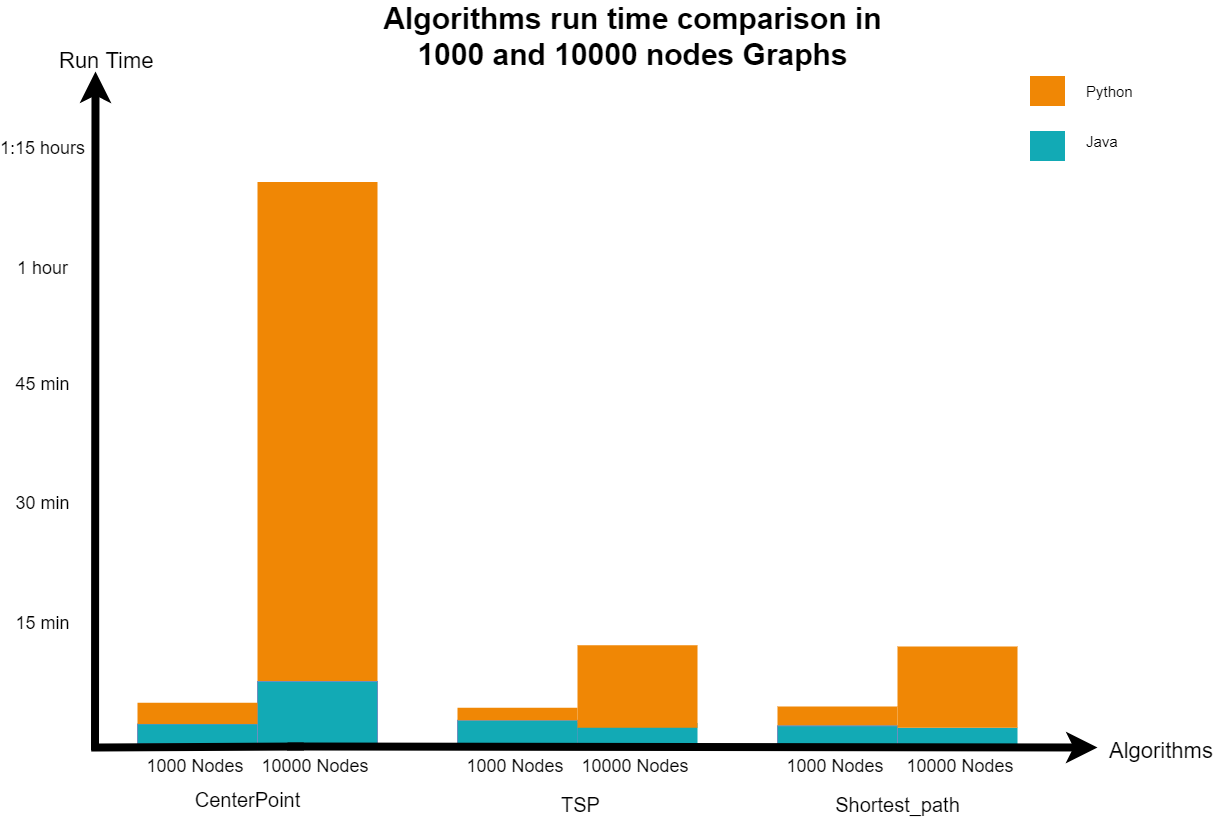
Above: Copy of Ex3_oop-image.png in omeradar10/mavo-project (draw.io), before the change. Source tidied: cells renumbered, new cells last; positions are measured from the earlier drawing's top-left corner, leaving out a move shared by most shapes.
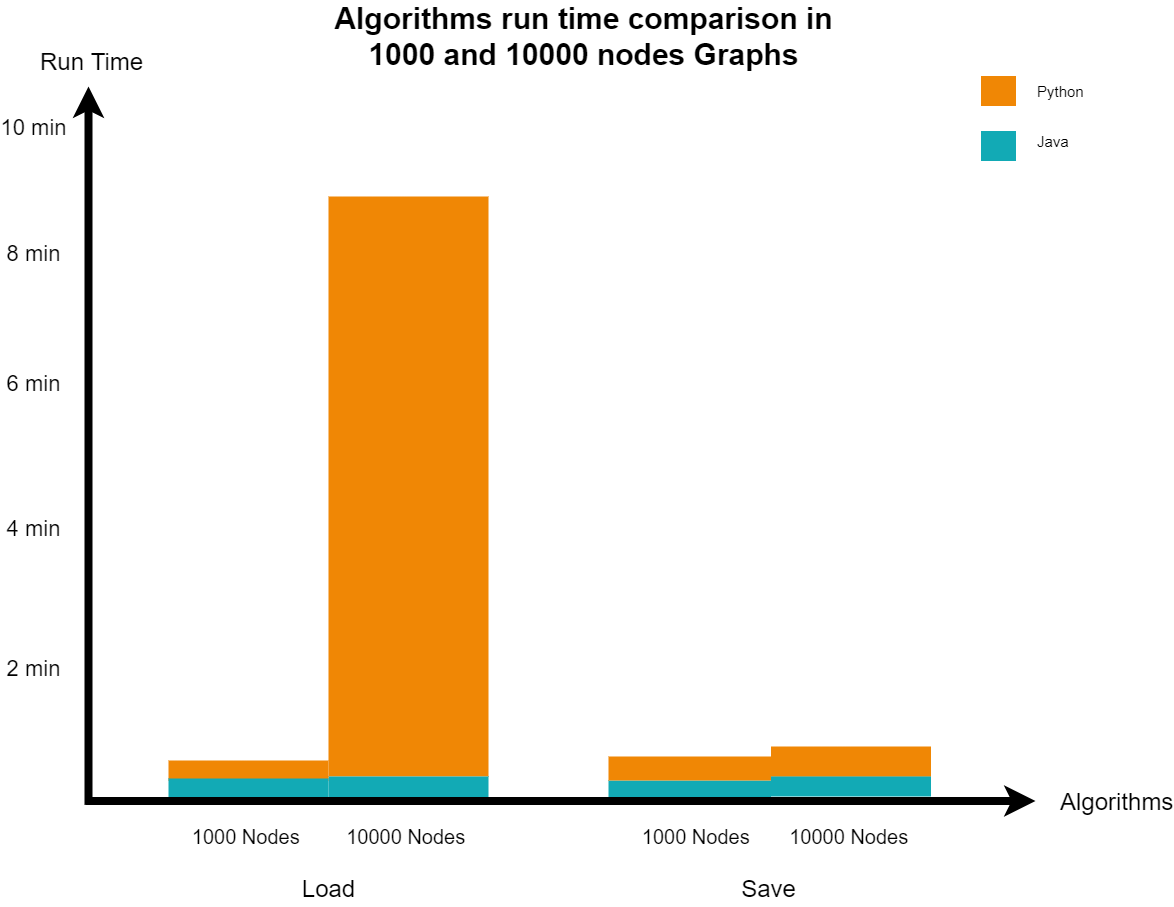
Above is the later version.

Change to the diagram source:
```diff
@@ -2,56 +2,42 @@
   <root>
     <mxCell id="0" />
     <mxCell id="1" parent="0" />
-    <mxCell id="2" style="whiteSpace=wrap;fillColor=#12AAB5;gradientColor=none;gradientDirection=east;strokeColor=none;html=1;fontColor=#23445d;" parent="1" vertex="1">
-      <mxGeometry x="870" y="711.2" width="120" height="20" as="geometry" />
-    </mxCell>
-    <mxCell id="3" style="whiteSpace=wrap;fillColor=#F08705;gradientColor=none;gradientDirection=east;strokeColor=none;html=1;fontColor=#23445d;" parent="1" vertex="1">
-      <mxGeometry x="750" y="690" width="120" height="19.4" as="geometry" />
-    </mxCell>
-    <mxCell id="4" style="whiteSpace=wrap;fillColor=#12AAB5;gradientDirection=east;strokeColor=#6c8ebf;html=1;" parent="1" vertex="1">
-      <mxGeometry x="750" y="709.4" width="120" height="18.8" as="geometry" />
-    </mxCell>
-    <mxCell id="5" style="whiteSpace=wrap;fillColor=#12AAB5;gradientDirection=east;strokeColor=#6c8ebf;html=1;" parent="1" vertex="1">
-      <mxGeometry x="430" y="703.8" width="120" height="26.2" as="geometry" />
-    </mxCell>
-    <mxCell id="6" style="whiteSpace=wrap;fillColor=#12AAB5;gradientColor=none;gradientDirection=east;strokeColor=none;html=1;fontColor=#23445d;" parent="1" vertex="1">
-      <mxGeometry x="550" y="706.9" width="120" height="21.2" as="geometry" />
-    </mxCell>
-    <mxCell id="7" style="whiteSpace=wrap;fillColor=#F08705;gradientColor=none;gradientDirection=east;strokeColor=none;html=1;fontColor=#23445d;" parent="1" vertex="1">
-      <mxGeometry x="230" y="165.5" width="120" height="504.5" as="geometry" />
-    </mxCell>
-    <mxCell id="8" style="whiteSpace=wrap;fillColor=#12AAB5;gradientDirection=east;strokeColor=#6c8ebf;html=1;" parent="1" vertex="1">
-      <mxGeometry x="230" y="665" width="120" height="62.5" as="geometry" />
-    </mxCell>
-    <mxCell id="9" style="whiteSpace=wrap;fillColor=#12AAB5;gradientDirection=east;strokeColor=#6c8ebf;html=1;" parent="1" vertex="1">
-      <mxGeometry x="110" y="707.5" width="120" height="20" as="geometry" />
-    </mxCell>
+    <mxCell id="38" style="whiteSpace=wrap;fillColor=#12AAB5;gradientColor=none;gradientDirection=east;strokeColor=none;html=1;fontColor=#23445d;" parent="1" vertex="1">
+      <mxGeometry x="630" y="764" width="162.5" height="20" as="geometry" />
+    </mxCell>
+    <mxCell id="39" style="whiteSpace=wrap;fillColor=#F08705;gradientColor=none;gradientDirection=east;strokeColor=none;html=1;fontColor=#23445d;" parent="1" vertex="1">
+      <mxGeometry x="350" y="180" width="160" height="580" as="geometry" />
+    </mxCell>
+    <mxCell id="40" style="whiteSpace=wrap;fillColor=#12AAB5;gradientColor=none;gradientDirection=east;strokeColor=none;html=1;fontColor=#23445d;" parent="1" vertex="1">
+      <mxGeometry x="350" y="760" width="160" height="24" as="geometry" />
+    </mxCell>
+    <mxCell id="41" style="whiteSpace=wrap;fillColor=#F08705;gradientColor=none;gradientDirection=east;strokeColor=none;html=1;fontColor=#23445d;" parent="1" vertex="1">
+      <mxGeometry x="792.5" y="730" width="160" height="30.2" as="geometry" />
+    </mxCell>
+    <mxCell id="42" style="whiteSpace=wrap;fillColor=#F08705;gradientColor=none;gradientDirection=east;strokeColor=none;html=1;fontColor=#23445d;" parent="1" vertex="1">
+      <mxGeometry x="630" y="740" width="162.5" height="24" as="geometry" />
+    </mxCell>
+    <mxCell id="43" style="whiteSpace=wrap;fillColor=#F08705;gradientColor=none;gradientDirection=east;strokeColor=none;html=1;fontColor=#23445d;" parent="1" vertex="1">
+      <mxGeometry x="190" y="744" width="160" height="20" as="geometry" />
+    </mxCell>
+    <mxCell id="44" style="whiteSpace=wrap;fillColor=#12AAB5;gradientColor=none;gradientDirection=east;strokeColor=none;html=1;fontColor=#23445d;" parent="1" vertex="1">
+      <mxGeometry x="190" y="762" width="160" height="24" as="geometry" />
+    </mxCell>
-    <mxCell id="10" style="edgeStyle=none;html=1;fontColor=#000000;strokeWidth=8;strokeColor=#000000;entryX=0.475;entryY=1.25;entryDx=0;entryDy=0;entryPerimeter=0;" parent="1" edge="1" target="21">
+    <mxCell id="10" style="edgeStyle=none;html=1;fontColor=#000000;strokeWidth=8;strokeColor=#000000;" parent="1" edge="1">
       <mxGeometry relative="1" as="geometry">
-        <mxPoint x="67.5" y="733.8" as="sourcePoint" />
+        <mxPoint x="110" y="788.2" as="sourcePoint" />
+        <mxPoint x="110" y="70" as="targetPoint" />
       </mxGeometry>
     </mxCell>
-    <mxCell id="11" style="whiteSpace=wrap;fillColor=#F08705;gradientColor=none;gradientDirection=east;strokeColor=none;html=1;fontColor=#23445d;" parent="1" vertex="1">
-      <mxGeometry x="110" y="686.2" width="120" height="21.2" as="geometry" />
-    </mxCell>
     <mxCell id="12" style="edgeStyle=none;html=1;fontColor=#000000;strokeWidth=8;strokeColor=#000000;startArrow=none;" parent="1" edge="1">
       <mxGeometry relative="1" as="geometry">
-        <mxPoint x="260" y="730" as="sourcePoint" />
-        <mxPoint x="1070" y="731" as="targetPoint" />
+        <mxPoint x="107" y="784.5" as="sourcePoint" />
+        <mxPoint x="1057" y="784.5" as="targetPoint" />
       </mxGeometry>
     </mxCell>
-    <mxCell id="13" value="Algorithms" style="text;spacingTop=-5;html=1;fontSize=22;fontStyle=0;strokeColor=none;" parent="1" vertex="1">
-      <mxGeometry x="1080" y="720" width="80" height="20" as="geometry" />
+    <mxCell id="13" value="Algorithms" style="text;spacingTop=-5;html=1;fontSize=24;fontStyle=0;strokeColor=none;" parent="1" vertex="1">
+      <mxGeometry x="1080" y="770" width="80" height="20" as="geometry" />
     </mxCell>
-    <mxCell id="14" value="CenterPoint" style="text;spacingTop=-5;align=center;verticalAlign=middle;fontStyle=0;html=1;fontSize=20;strokeColor=none;" parent="1" vertex="1">
-      <mxGeometry x="160" y="770" width="120" height="30" as="geometry" />
-    </mxCell>
-    <mxCell id="15" value="TSP" style="text;spacingTop=-5;align=center;verticalAlign=middle;fontStyle=0;html=1;fontSize=20;strokeColor=none;" parent="1" vertex="1">
-      <mxGeometry x="493" y="775" width="120" height="30" as="geometry" />
-    </mxCell>
-    <mxCell id="16" value="Shortest_path" style="text;spacingTop=-5;align=center;verticalAlign=middle;fontStyle=0;html=1;fontSize=20;strokeColor=none;" parent="1" vertex="1">
-      <mxGeometry x="810" y="775" width="120" height="30" as="geometry" />
-    </mxCell>
     <mxCell id="17" style="whiteSpace=wrap;fillColor=#12AAB5;gradientColor=none;gradientDirection=east;strokeColor=none;html=1;fontColor=#23445d;" parent="1" vertex="1">
       <mxGeometry x="1002.5" y="114.5" width="35" height="30" as="geometry" />
     </mxCell>
@@ -64,59 +50,47 @@
     <mxCell id="20" value="Java" style="text;spacingTop=-5;html=1;fontSize=15;" parent="1" vertex="1">
       <mxGeometry x="1057" y="114.5" width="80" height="20" as="geometry" />
     </mxCell>
-    <mxCell id="21" value="Run Time" style="text;spacingTop=-5;html=1;fontSize=22;fontStyle=0;points=[];" parent="1" vertex="1">
-      <mxGeometry x="30" y="30" width="80" height="20" as="geometry" />
+    <mxCell id="21" value="Run Time" style="text;spacingTop=-5;html=1;fontSize=24;fontStyle=0;points=[];" parent="1" vertex="1">
+      <mxGeometry x="60" y="30" width="80" height="20" as="geometry" />
     </mxCell>
-    <mxCell id="22" value="15 min" style="text;spacingTop=-5;align=center;verticalAlign=middle;fontStyle=0;html=1;fontSize=18;" parent="1" vertex="1">
-      <mxGeometry y="544.5" width="30" height="130" as="geometry" />
+    <mxCell id="22" value="2&amp;nbsp;min" style="text;spacingTop=-5;align=center;verticalAlign=middle;fontStyle=0;html=1;fontSize=22;" parent="1" vertex="1">
+      <mxGeometry x="40" y="590" width="30" height="130" as="geometry" />
     </mxCell>
-    <mxCell id="23" value="30 min" style="text;spacingTop=-5;align=center;verticalAlign=middle;fontStyle=0;html=1;fontSize=18;" parent="1" vertex="1">
-      <mxGeometry y="424.5" width="30" height="130" as="geometry" />
+    <mxCell id="23" value="4 min" style="text;spacingTop=-5;align=center;verticalAlign=middle;fontStyle=0;html=1;fontSize=22;" parent="1" vertex="1">
+      <mxGeometry x="40" y="450" width="30" height="130" as="geometry" />
     </mxCell>
-    <mxCell id="24" value="45 min" style="text;spacingTop=-5;align=center;verticalAlign=middle;fontStyle=0;html=1;fontSize=18;" parent="1" vertex="1">
-      <mxGeometry y="306" width="30" height="130" as="geometry" />
+    <mxCell id="24" value="6 min&lt;br&gt;" style="text;spacingTop=-5;align=center;verticalAlign=middle;fontStyle=0;html=1;fontSize=22;" parent="1" vertex="1">
+      <mxGeometry x="40" y="306" width="30" height="130" as="geometry" />
     </mxCell>
     <mxCell id="25" value="&lt;font style=&quot;font-size: 30px&quot;&gt;Algorithms run time comparison in&lt;br&gt;1000 and 10000 nodes Graphs&lt;br&gt;&lt;/font&gt;" style="text;spacingTop=-5;align=center;verticalAlign=middle;fontSize=30;fontStyle=1;html=1;" parent="1" vertex="1">
       <mxGeometry x="200" width="810" height="45" as="geometry" />
     </mxCell>
+    <mxCell id="45" value="Load" style="text;spacingTop=-5;align=center;verticalAlign=middle;fontStyle=0;html=1;fontSize=24;strokeColor=none;" parent="1" vertex="1">
+      <mxGeometry x="290" y="860" width="120" height="30" as="geometry" />
+    </mxCell>
-    <mxCell id="26" value="1 hour" style="text;spacingTop=-5;align=center;verticalAlign=middle;fontStyle=0;html=1;fontSize=18;" parent="1" vertex="1">
-      <mxGeometry y="190" width="30" height="130" as="geometry" />
+    <mxCell id="26" value="8 min" style="text;spacingTop=-5;align=center;verticalAlign=middle;fontStyle=0;html=1;fontSize=22;" parent="1" vertex="1">
+      <mxGeometry x="40" y="176" width="30" height="130" as="geometry" />
     </mxCell>
-    <mxCell id="27" value="1:15 hours" style="text;spacingTop=-5;align=center;verticalAlign=middle;fontStyle=0;html=1;fontSize=18;" parent="1" vertex="1">
-      <mxGeometry y="70" width="30" height="130" as="geometry" />
+    <mxCell id="27" value="10 min" style="text;spacingTop=-5;align=center;verticalAlign=middle;fontStyle=0;html=1;fontSize=22;" parent="1" vertex="1">
+      <mxGeometry x="40" y="50" width="30" height="130" as="geometry" />
     </mxCell>
-    <mxCell id="28" value="1000 Nodes&amp;nbsp;" style="text;html=1;align=center;verticalAlign=middle;strokeColor=none;fillColor=none;fontSize=18;" parent="1" vertex="1">
-      <mxGeometry x="130" y="740" width="80" height="20" as="geometry" />
-    </mxCell>
-    <mxCell id="29" value="10000 Nodes&amp;nbsp;" style="text;html=1;align=center;verticalAlign=middle;strokeColor=none;fillColor=none;fontSize=18;" parent="1" vertex="1">
-      <mxGeometry x="245" y="740" width="90" height="20" as="geometry" />
-    </mxCell>
-    <mxCell id="30" value="1000 Nodes&amp;nbsp;" style="text;html=1;align=center;verticalAlign=middle;strokeColor=none;fillColor=none;fontSize=18;" parent="1" vertex="1">
-      <mxGeometry x="450" y="740" width="80" height="20" as="geometry" />
-    </mxCell>
-    <mxCell id="31" value="10000 Nodes&amp;nbsp;" style="text;html=1;align=center;verticalAlign=middle;strokeColor=none;fillColor=none;fontSize=18;" parent="1" vertex="1">
-      <mxGeometry x="565" y="740" width="90" height="20" as="geometry" />
-    </mxCell>
-    <mxCell id="32" value="1000 Nodes&amp;nbsp;" style="text;html=1;align=center;verticalAlign=middle;strokeColor=none;fillColor=none;fontSize=18;" parent="1" vertex="1">
-      <mxGeometry x="770" y="740" width="80" height="20" as="geometry" />
-    </mxCell>
-    <mxCell id="33" value="10000 Nodes&amp;nbsp;" style="text;html=1;align=center;verticalAlign=middle;strokeColor=none;fillColor=none;fontSize=18;" parent="1" vertex="1">
-      <mxGeometry x="890" y="740" width="90" height="20" as="geometry" />
-    </mxCell>
-    <mxCell id="34" style="edgeStyle=none;html=1;fontColor=#000000;strokeWidth=8;strokeColor=#000000;endArrow=none;" parent="1" edge="1">
-      <mxGeometry relative="1" as="geometry">
-        <mxPoint x="63.8" y="731" as="sourcePoint" />
-        <mxPoint x="276.2" y="730" as="targetPoint" />
-      </mxGeometry>
-    </mxCell>
-    <mxCell id="35" style="whiteSpace=wrap;fillColor=#F08705;gradientColor=none;gradientDirection=east;strokeColor=none;html=1;fontColor=#23445d;" parent="1" vertex="1">
-      <mxGeometry x="430" y="691.2" width="120" height="12.5" as="geometry" />
-    </mxCell>
-    <mxCell id="36" style="whiteSpace=wrap;fillColor=#F08705;gradientColor=none;gradientDirection=east;strokeColor=none;html=1;fontColor=#23445d;" parent="1" vertex="1">
-      <mxGeometry x="550" y="628.8" width="120" height="82.5" as="geometry" />
-    </mxCell>
-    <mxCell id="37" style="whiteSpace=wrap;fillColor=#F08705;gradientColor=none;gradientDirection=east;strokeColor=none;html=1;fontColor=#23445d;" parent="1" vertex="1">
-      <mxGeometry x="870" y="630" width="120" height="81.2" as="geometry" />
-    </mxCell>
+    <mxCell id="46" value="10000 Nodes&amp;nbsp;" style="text;html=1;align=center;verticalAlign=middle;strokeColor=none;fillColor=none;fontSize=20;" parent="1" vertex="1">
+      <mxGeometry x="385" y="810" width="90" height="20" as="geometry" />
+    </mxCell>
+    <mxCell id="47" value="1000 Nodes&amp;nbsp;" style="text;html=1;align=center;verticalAlign=middle;strokeColor=none;fillColor=none;fontSize=20;" parent="1" vertex="1">
+      <mxGeometry x="230" y="810" width="80" height="20" as="geometry" />
+    </mxCell>
+    <mxCell id="48" value="Save" style="text;spacingTop=-5;align=center;verticalAlign=middle;fontStyle=0;html=1;fontSize=24;strokeColor=none;" parent="1" vertex="1">
+      <mxGeometry x="730" y="860" width="120" height="30" as="geometry" />
+    </mxCell>
+    <mxCell id="49" value="1000 Nodes&amp;nbsp;" style="text;html=1;align=center;verticalAlign=middle;strokeColor=none;fillColor=none;fontSize=20;" parent="1" vertex="1">
+      <mxGeometry x="680" y="810" width="80" height="20" as="geometry" />
+    </mxCell>
+    <mxCell id="50" value="10000 Nodes&amp;nbsp;" style="text;html=1;align=center;verticalAlign=middle;strokeColor=none;fillColor=none;fontSize=20;" parent="1" vertex="1">
+      <mxGeometry x="827.5" y="810" width="90" height="20" as="geometry" />
+    </mxCell>
+    <mxCell id="51" style="whiteSpace=wrap;fillColor=#12AAB5;gradientColor=none;gradientDirection=east;strokeColor=none;html=1;fontColor=#23445d;" parent="1" vertex="1">
+      <mxGeometry x="792.5" y="760" width="160" height="20" as="geometry" />
+    </mxCell>
   </root>
 </mxGraphModel>
```
